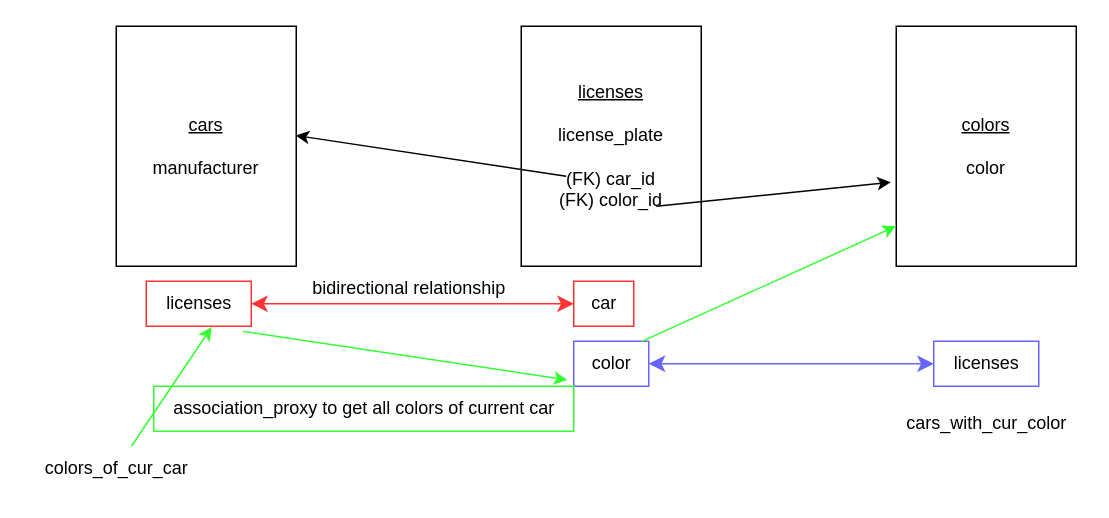
The draw.io diagram server/erd.drawio in rachelAtFlatiron/east-se-041023-sqlalchemy-review, before the edit. Source tidied: cells renumbered, new cells numbered last; positions are measured from the earlier drawing's top-left corner, leaving out a move shared by most shapes. Both pictures are drawn from the tidied source at 150%, with x=0, y=0 at pixel (26, 26).
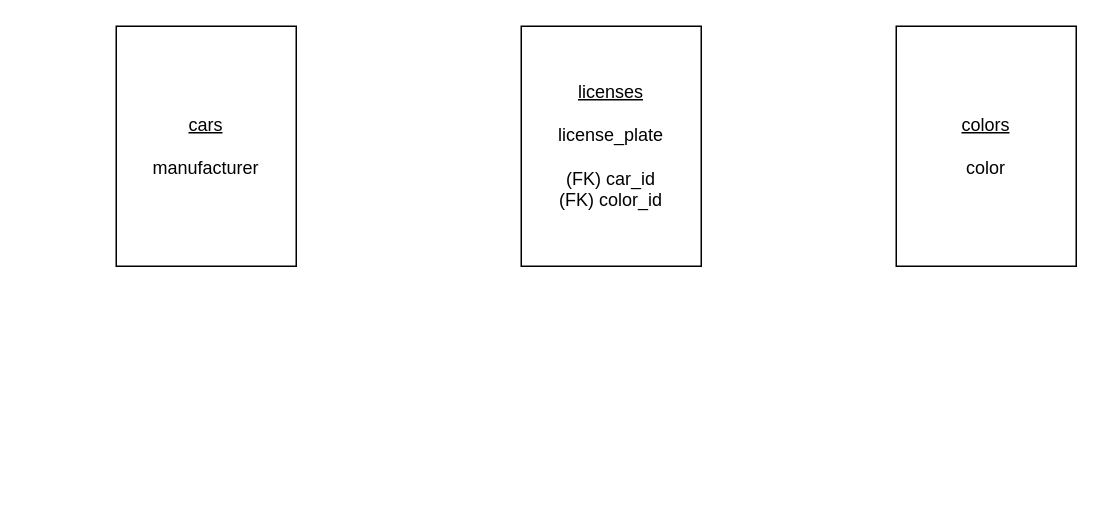
After the change.

Commit message:
reset starter

Unchanged cells that the change refers to:
```xml
<mxCell id="2" value="&lt;u&gt;cars&lt;br&gt;&lt;/u&gt;&lt;br&gt;manufacturer" style="whiteSpace=wrap;html=1;" parent="1" vertex="1">
  <mxGeometry x="60" width="120" height="160" as="geometry" />
</mxCell>
<mxCell id="3" value="&lt;u&gt;colors&lt;br&gt;&lt;/u&gt;&lt;br&gt;color" style="whiteSpace=wrap;html=1;" parent="1" vertex="1">
  <mxGeometry x="580" width="120" height="160" as="geometry" />
</mxCell>
<mxCell id="4" value="&lt;u&gt;licenses&lt;/u&gt;&lt;br&gt;&lt;br&gt;license_plate&lt;br&gt;&lt;br&gt;(FK) car_id&lt;br&gt;(FK) color_id" style="whiteSpace=wrap;html=1;" parent="1" vertex="1">
  <mxGeometry x="330" width="120" height="160" as="geometry" />
</mxCell>
```

Change to the diagram source:
```diff
@@
-    <mxCell id="5" style="edgeStyle=none;jettySize=auto;html=1;exitX=0.75;exitY=0.75;exitDx=0;exitDy=0;exitPerimeter=0;entryX=-0.03;entryY=0.65;entryDx=0;entryDy=0;entryPerimeter=0;" parent="1" edge="1" source="4" target="3">
-      <mxGeometry relative="1" as="geometry" />
-    </mxCell>
-    <mxCell id="6" style="edgeStyle=none;jettySize=auto;html=1;entryX=0.997;entryY=0.455;entryDx=0;entryDy=0;entryPerimeter=0;exitX=0.25;exitY=0.625;exitDx=0;exitDy=0;exitPerimeter=0;" parent="1" edge="1" source="4" target="2">
-      <mxGeometry relative="1" as="geometry" />
-    </mxCell>
-    <mxCell id="7" value="car" style="text;html=1;align=center;verticalAlign=middle;strokeColor=#FF3333;fillColor=none;" parent="1" vertex="1">
-      <mxGeometry x="365" y="170" width="40" height="30" as="geometry" />
-    </mxCell>
-    <mxCell id="8" value="licenses" style="text;html=1;align=center;verticalAlign=middle;points=[];strokeColor=#FF3333;fillColor=none;" parent="1" vertex="1">
-      <mxGeometry x="80" y="170" width="70" height="30" as="geometry" />
-    </mxCell>
-    <mxCell id="9" style="edgeStyle=none;jettySize=auto;html=1;endArrow=classic;startArrow=classic;endSize=8;startSize=8;strokeColor=#FF3333;" parent="1" edge="1" source="8">
-      <mxGeometry relative="1" as="geometry">
-        <mxPoint x="365" y="185" as="targetPoint" />
-      </mxGeometry>
-    </mxCell>
-    <mxCell id="10" value="bidirectional relationship" style="text;html=1;align=center;verticalAlign=middle;strokeColor=none;fillColor=none;" parent="1" vertex="1">
-      <mxGeometry x="180" y="160" width="150" height="30" as="geometry" />
-    </mxCell>
-    <mxCell id="11" value="color" style="text;html=1;align=center;verticalAlign=middle;points=[];strokeColor=#6666FF;fillColor=none;" parent="1" vertex="1">
-      <mxGeometry x="365" y="210" width="50" height="30" as="geometry" />
-    </mxCell>
-    <mxCell id="12" value="licenses" style="text;html=1;align=center;verticalAlign=middle;points=[];strokeColor=#6666FF;fillColor=none;" parent="1" vertex="1">
-      <mxGeometry x="605" y="210" width="70" height="30" as="geometry" />
-    </mxCell>
-    <mxCell id="13" style="edgeStyle=none;jettySize=auto;html=1;endArrow=classic;startArrow=classic;endSize=8;startSize=8;strokeColor=#6666FF;" parent="1" edge="1" target="12">
-      <mxGeometry relative="1" as="geometry">
-        <mxPoint x="415" y="225" as="sourcePoint" />
-      </mxGeometry>
-    </mxCell>
-    <mxCell id="14" value="colors_of_cur_car" style="text;html=1;align=center;verticalAlign=middle;points=[];strokeColor=none;fillColor=none;" parent="1" vertex="1">
-      <mxGeometry y="280" width="120" height="30" as="geometry" />
-    </mxCell>
-    <mxCell id="15" value="cars_with_cur_color" style="text;html=1;align=center;verticalAlign=middle;strokeColor=none;fillColor=none;" parent="1" vertex="1">
-      <mxGeometry x="575" y="250" width="130" height="30" as="geometry" />
-    </mxCell>
-    <mxCell id="16" style="edgeStyle=none;jettySize=auto;html=1;strokeColor=#33FF33;entryX=0.623;entryY=1.019;entryDx=0;entryDy=0;entryPerimeter=0;" parent="1" edge="1" source="14" target="8">
-      <mxGeometry relative="1" as="geometry" />
-    </mxCell>
-    <mxCell id="17" style="edgeStyle=none;jettySize=auto;html=1;strokeColor=#33FF33;exitX=0.922;exitY=1.114;exitDx=0;exitDy=0;exitPerimeter=0;entryX=-0.085;entryY=0.86;entryDx=0;entryDy=0;entryPerimeter=0;" parent="1" edge="1" source="8" target="11">
-      <mxGeometry relative="1" as="geometry" />
-    </mxCell>
-    <mxCell id="18" style="edgeStyle=none;jettySize=auto;html=1;strokeColor=#33FF33;exitX=0.908;exitY=0.004;exitDx=0;exitDy=0;exitPerimeter=0;entryX=-0.001;entryY=0.833;entryDx=0;entryDy=0;entryPerimeter=0;" parent="1" edge="1" source="11" target="3">
-      <mxGeometry relative="1" as="geometry" />
-    </mxCell>
-    <mxCell id="19" value="association_proxy to get all colors of current car" style="text;html=1;align=center;verticalAlign=middle;strokeColor=#33FF33;fillColor=none;" parent="1" vertex="1">
-      <mxGeometry x="85" y="240" width="280" height="30" as="geometry" />
-    </mxCell>
```
